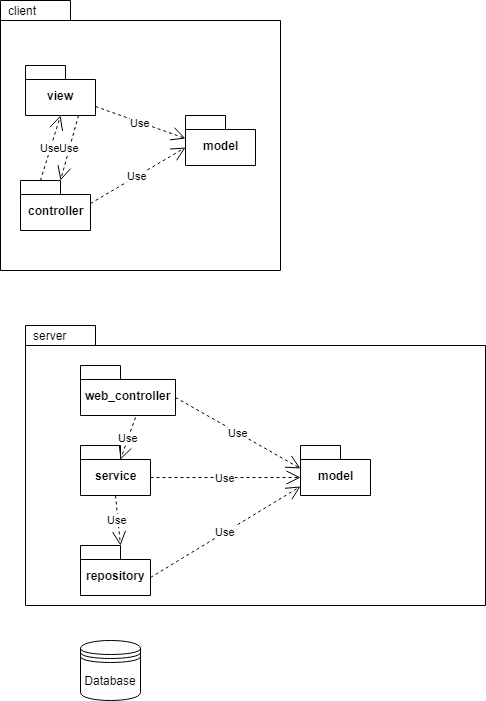
Before: docs/deliverables/package diagram.png, a diagram exported from draw.io (utcn-sd-serban/project-lupvasile). Source tidied: cells renumbered, new cells last; positions are measured from the earlier drawing's top-left corner, leaving out a move shared by most shapes. Its diagram source:
```xml
<mxGraphModel>
  <root>
    <mxCell id="0" />
    <mxCell id="1" parent="0" />
    <mxCell id="2" value="client&lt;br&gt;" style="shape=folder;xSize=90;align=left;spacingLeft=10;align=left;verticalAlign=top;spacingLeft=5;spacingTop=-4;tabWidth=70;tabHeight=20;tabPosition=left;html=1;strokeWidth=1;" parent="1" vertex="1">
      <mxGeometry width="280" height="270" as="geometry" />
    </mxCell>
    <mxCell id="3" value="server&lt;br&gt;" style="shape=folder;xSize=90;align=left;spacingLeft=10;align=left;verticalAlign=top;spacingLeft=5;spacingTop=-4;tabWidth=70;tabHeight=20;tabPosition=left;html=1;strokeWidth=1;" parent="1" vertex="1">
      <mxGeometry x="25" y="325" width="460" height="280" as="geometry" />
    </mxCell>
    <mxCell id="4" style="shape=datastore;whiteSpace=wrap;html=1;" parent="1" vertex="1">
      <mxGeometry x="80" y="640" width="60" height="60" as="geometry" />
    </mxCell>
    <mxCell id="5" value="Database" style="text;html=1;strokeColor=none;fillColor=none;align=center;verticalAlign=middle;whiteSpace=wrap;rounded=0;" parent="1" vertex="1">
      <mxGeometry x="90" y="670" width="40" height="20" as="geometry" />
    </mxCell>
    <mxCell id="6" value="repository&lt;br&gt;" style="shape=folder;fontStyle=1;spacingTop=10;tabWidth=40;tabHeight=14;tabPosition=left;html=1;" parent="1" vertex="1">
      <mxGeometry x="80" y="545" width="70" height="50" as="geometry" />
    </mxCell>
    <mxCell id="7" value="service&lt;br&gt;" style="shape=folder;fontStyle=1;spacingTop=10;tabWidth=40;tabHeight=14;tabPosition=left;html=1;" parent="1" vertex="1">
      <mxGeometry x="80" y="445" width="70" height="50" as="geometry" />
    </mxCell>
    <mxCell id="8" value="web_controller" style="shape=folder;fontStyle=1;spacingTop=10;tabWidth=40;tabHeight=14;tabPosition=left;html=1;" parent="1" vertex="1">
      <mxGeometry x="80" y="365" width="95" height="50" as="geometry" />
    </mxCell>
    <mxCell id="9" value="Use" style="endArrow=open;endSize=12;dashed=1;html=1;exitX=0;exitY=0;exitDx=70;exitDy=23;exitPerimeter=0;entryX=0;entryY=0;entryDx=0;entryDy=32;entryPerimeter=0;" parent="1" edge="1" source="17" target="18">
      <mxGeometry relative="1" as="geometry" />
    </mxCell>
    <mxCell id="10" value="Use" style="endArrow=open;endSize=12;dashed=1;html=1;exitX=0.5;exitY=1;exitDx=0;exitDy=0;exitPerimeter=0;entryX=0;entryY=0;entryDx=40;entryDy=0;entryPerimeter=0;" parent="1" edge="1" source="7" target="6">
      <mxGeometry relative="1" as="geometry" />
    </mxCell>
    <mxCell id="11" value="Use" style="endArrow=open;endSize=12;dashed=1;html=1;exitX=0.574;exitY=1.04;exitDx=0;exitDy=0;exitPerimeter=0;entryX=0;entryY=0;entryDx=40;entryDy=14;entryPerimeter=0;" parent="1" edge="1" source="8" target="7">
      <mxGeometry relative="1" as="geometry" />
    </mxCell>
    <mxCell id="12" value="model&lt;br&gt;" style="shape=folder;fontStyle=1;spacingTop=10;tabWidth=40;tabHeight=14;tabPosition=left;html=1;" parent="1" vertex="1">
      <mxGeometry x="300" y="445" width="70" height="50" as="geometry" />
    </mxCell>
    <mxCell id="13" value="Use" style="endArrow=open;endSize=12;dashed=1;html=1;exitX=0;exitY=0;exitDx=95;exitDy=32;exitPerimeter=0;entryX=0;entryY=0;entryDx=0;entryDy=23;entryPerimeter=0;" parent="1" edge="1" source="8" target="12">
      <mxGeometry relative="1" as="geometry" />
    </mxCell>
    <mxCell id="14" value="Use" style="endArrow=open;endSize=12;dashed=1;html=1;exitX=0;exitY=0;exitDx=70;exitDy=32;exitPerimeter=0;entryX=0;entryY=0;entryDx=0;entryDy=32;entryPerimeter=0;" parent="1" edge="1" source="7" target="12">
      <mxGeometry relative="1" as="geometry" />
    </mxCell>
    <mxCell id="15" value="Use" style="endArrow=open;endSize=12;dashed=1;html=1;exitX=0;exitY=0;exitDx=70;exitDy=32;exitPerimeter=0;entryX=0;entryY=0;entryDx=0;entryDy=41;entryPerimeter=0;" parent="1" edge="1" source="6" target="12">
      <mxGeometry relative="1" as="geometry" />
    </mxCell>
    <mxCell id="16" value="view&lt;br&gt;" style="shape=folder;fontStyle=1;spacingTop=10;tabWidth=40;tabHeight=14;tabPosition=left;html=1;" parent="1" vertex="1">
      <mxGeometry x="25" y="65" width="70" height="50" as="geometry" />
    </mxCell>
    <mxCell id="17" value="controller&lt;br&gt;" style="shape=folder;fontStyle=1;spacingTop=10;tabWidth=40;tabHeight=14;tabPosition=left;html=1;" parent="1" vertex="1">
      <mxGeometry x="20" y="180" width="70" height="50" as="geometry" />
    </mxCell>
    <mxCell id="18" value="model&lt;br&gt;" style="shape=folder;fontStyle=1;spacingTop=10;tabWidth=40;tabHeight=14;tabPosition=left;html=1;" parent="1" vertex="1">
      <mxGeometry x="185" y="115" width="70" height="50" as="geometry" />
    </mxCell>
    <mxCell id="19" value="Use" style="endArrow=open;endSize=12;dashed=1;html=1;exitX=0.75;exitY=1;exitDx=0;exitDy=0;exitPerimeter=0;entryX=0;entryY=0;entryDx=40;entryDy=0;entryPerimeter=0;" parent="1" edge="1" source="16" target="17">
      <mxGeometry relative="1" as="geometry" />
    </mxCell>
    <mxCell id="20" value="Use" style="endArrow=open;endSize=12;dashed=1;html=1;exitX=0;exitY=0;exitDx=20;exitDy=0;exitPerimeter=0;entryX=0.5;entryY=1;entryDx=0;entryDy=0;entryPerimeter=0;" parent="1" edge="1" source="17" target="16">
      <mxGeometry relative="1" as="geometry" />
    </mxCell>
    <mxCell id="21" value="Use" style="endArrow=open;endSize=12;dashed=1;html=1;exitX=0;exitY=0;exitDx=70;exitDy=41;exitPerimeter=0;entryX=0;entryY=0;entryDx=0;entryDy=23;entryPerimeter=0;" parent="1" edge="1" source="16" target="18">
      <mxGeometry relative="1" as="geometry" />
    </mxCell>
  </root>
</mxGraphModel>
```
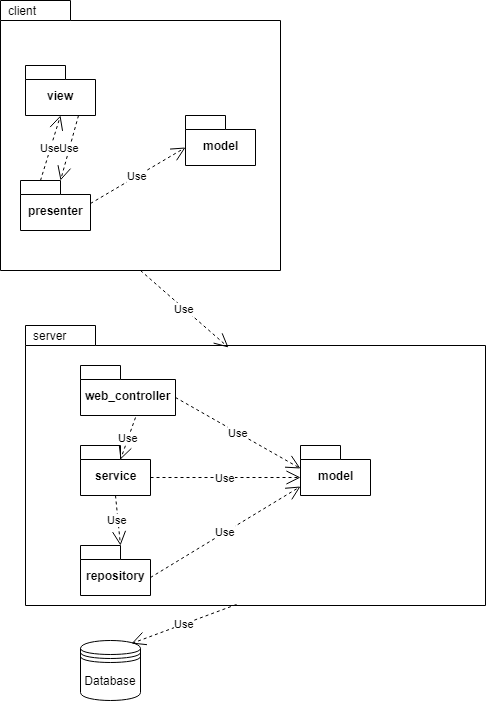
After the commit.

Diff of the diagram source:
```diff
@@ -47,7 +47,7 @@
     <mxCell id="16" value="view&lt;br&gt;" style="shape=folder;fontStyle=1;spacingTop=10;tabWidth=40;tabHeight=14;tabPosition=left;html=1;" parent="1" vertex="1">
       <mxGeometry x="25" y="65" width="70" height="50" as="geometry" />
     </mxCell>
-    <mxCell id="17" value="controller&lt;br&gt;" style="shape=folder;fontStyle=1;spacingTop=10;tabWidth=40;tabHeight=14;tabPosition=left;html=1;" parent="1" vertex="1">
+    <mxCell id="17" value="presenter&lt;br&gt;" style="shape=folder;fontStyle=1;spacingTop=10;tabWidth=40;tabHeight=14;tabPosition=left;html=1;" parent="1" vertex="1">
       <mxGeometry x="20" y="180" width="70" height="50" as="geometry" />
     </mxCell>
     <mxCell id="18" value="model&lt;br&gt;" style="shape=folder;fontStyle=1;spacingTop=10;tabWidth=40;tabHeight=14;tabPosition=left;html=1;" parent="1" vertex="1">
@@ -59,8 +59,11 @@
     <mxCell id="20" value="Use" style="endArrow=open;endSize=12;dashed=1;html=1;exitX=0;exitY=0;exitDx=20;exitDy=0;exitPerimeter=0;entryX=0.5;entryY=1;entryDx=0;entryDy=0;entryPerimeter=0;" parent="1" edge="1" source="17" target="16">
       <mxGeometry relative="1" as="geometry" />
     </mxCell>
-    <mxCell id="21" value="Use" style="endArrow=open;endSize=12;dashed=1;html=1;exitX=0;exitY=0;exitDx=70;exitDy=41;exitPerimeter=0;entryX=0;entryY=0;entryDx=0;entryDy=23;entryPerimeter=0;" parent="1" edge="1" source="16" target="18">
-      <mxGeometry relative="1" as="geometry" />
-    </mxCell>
+    <mxCell id="22" value="Use" style="endArrow=open;endSize=12;dashed=1;html=1;exitX=0.5;exitY=1;exitDx=0;exitDy=0;exitPerimeter=0;entryX=0.441;entryY=0.079;entryDx=0;entryDy=0;entryPerimeter=0;" parent="1" edge="1" source="2" target="3">
+      <mxGeometry relative="1" as="geometry" />
+    </mxCell>
+    <mxCell id="23" value="Use" style="endArrow=open;endSize=12;dashed=1;html=1;exitX=0.459;exitY=0.996;exitDx=0;exitDy=0;exitPerimeter=0;entryX=0.85;entryY=0.05;entryDx=0;entryDy=0;entryPerimeter=0;" parent="1" edge="1" source="3" target="4">
+      <mxGeometry relative="1" as="geometry" />
+    </mxCell>
   </root>
 </mxGraphModel>
```
